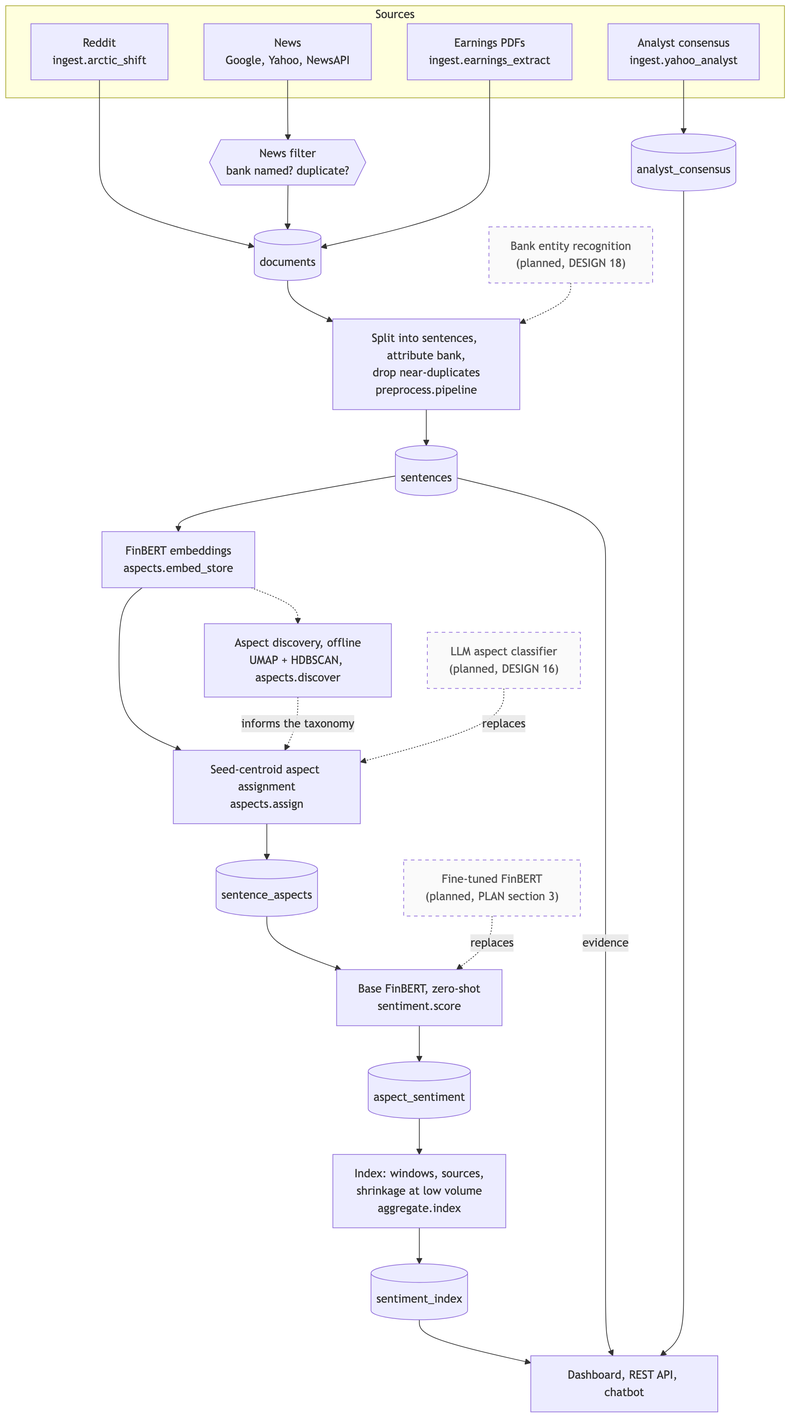
Earlier version of the Mermaid export docs/diagrams/img/04-pipeline.png (Gavingyh/plp-project). Its source is kept beside it as docs/diagrams/src/04-pipeline.mmd.
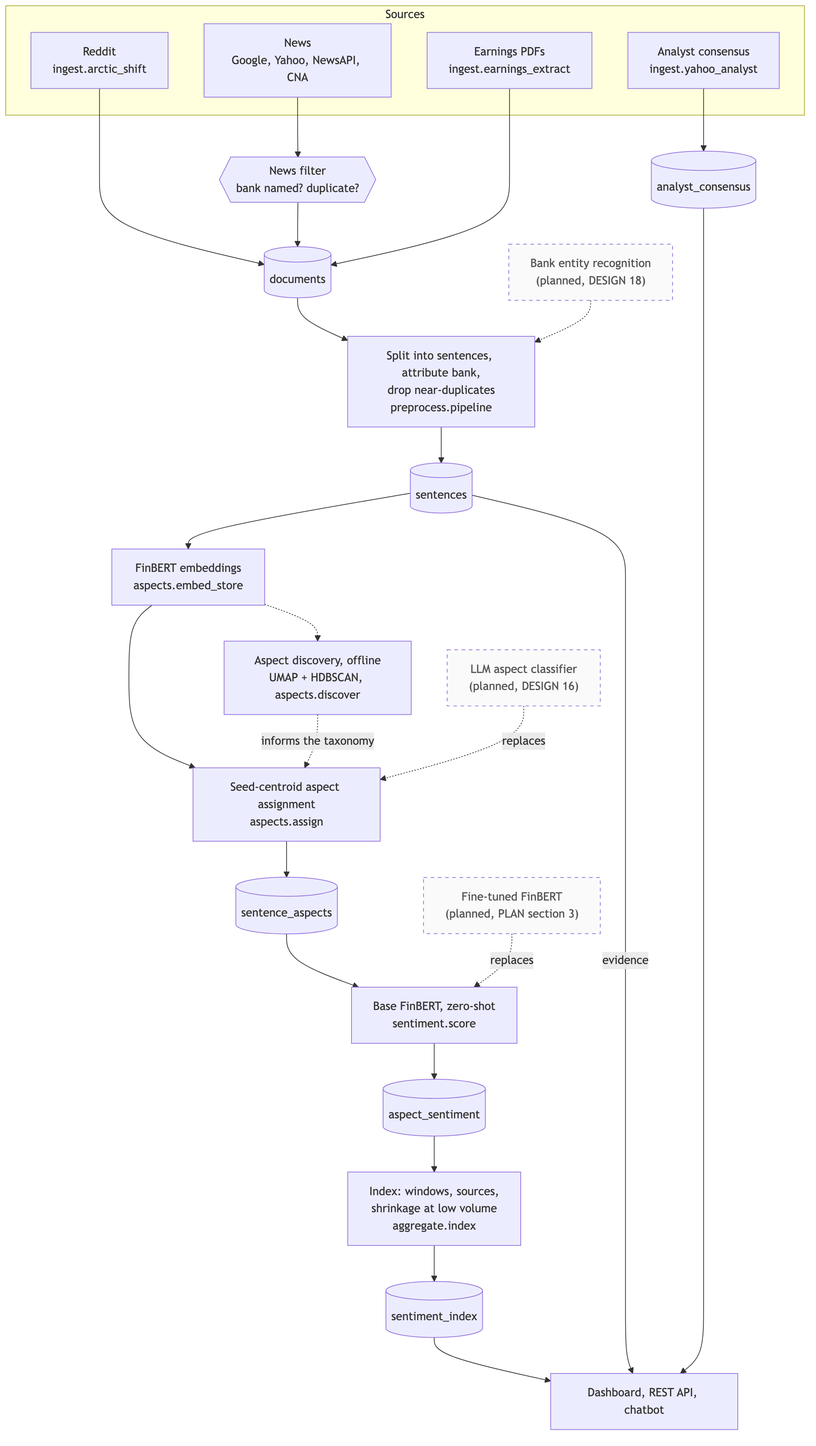
The same diagram one commit later.

Diff of the diagram source:
```diff
@@ -4,7 +4,7 @@
 
   subgraph src["Sources"]
     reddit["Reddit<br/>ingest.arctic_shift"]
-    news["News<br/>Google, Yahoo, NewsAPI"]
+    news["News<br/>Google, Yahoo, NewsAPI, CNA"]
     pdfs["Earnings PDFs<br/>ingest.earnings_extract"]
     cons["Analyst consensus<br/>ingest.yahoo_analyst"]
   end
```
